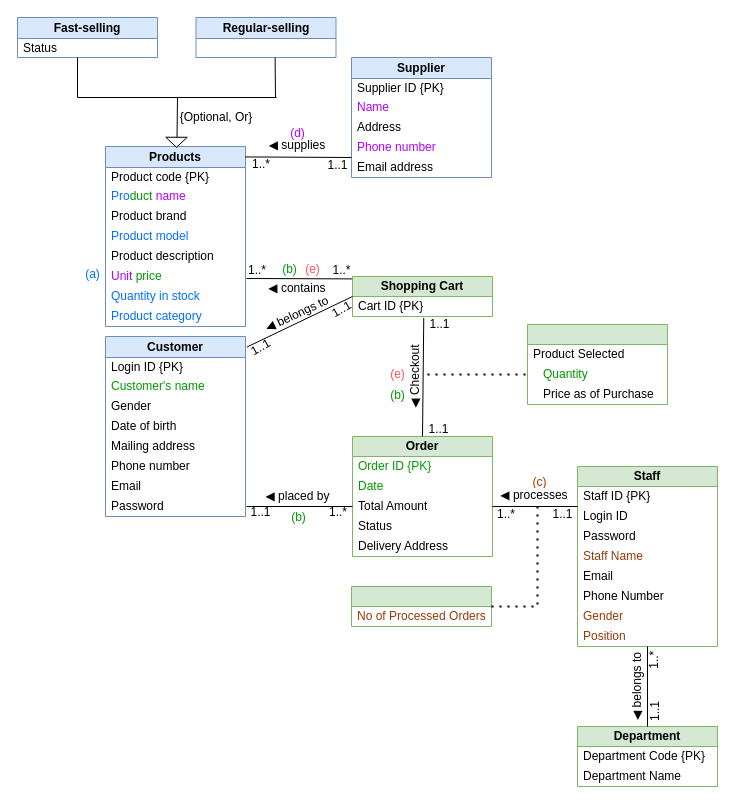
Above: Assignment_1.drawio in shadowngks/DBMS (draw.io), before the change. Source tidied: cells renumbered, new cells numbered last; positions are measured from the earlier drawing's top-left corner, leaving out a move shared by most shapes. Both pictures are drawn from the tidied source at 100%, with x=0, y=0 at pixel (17, 17).
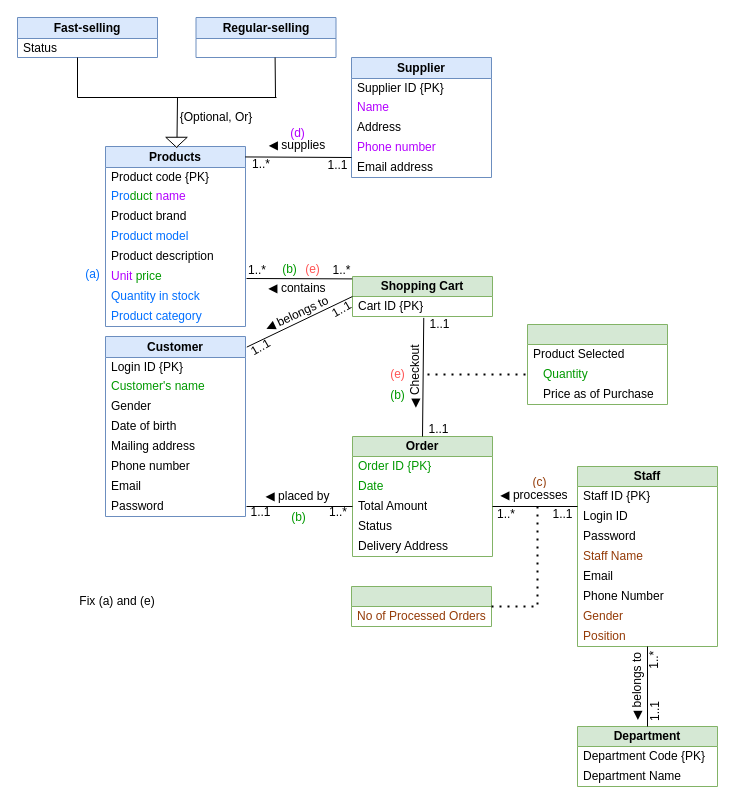
The same page after the edit.

Change to the diagram source:
```diff
@@
+    <mxCell id="100" value="Fix (a) and (e)" style="text;html=1;align=center;verticalAlign=middle;whiteSpace=wrap;rounded=0;" parent="1" vertex="1">
+      <mxGeometry x="60" y="569" width="80" height="30" as="geometry" />
+    </mxCell>
```
